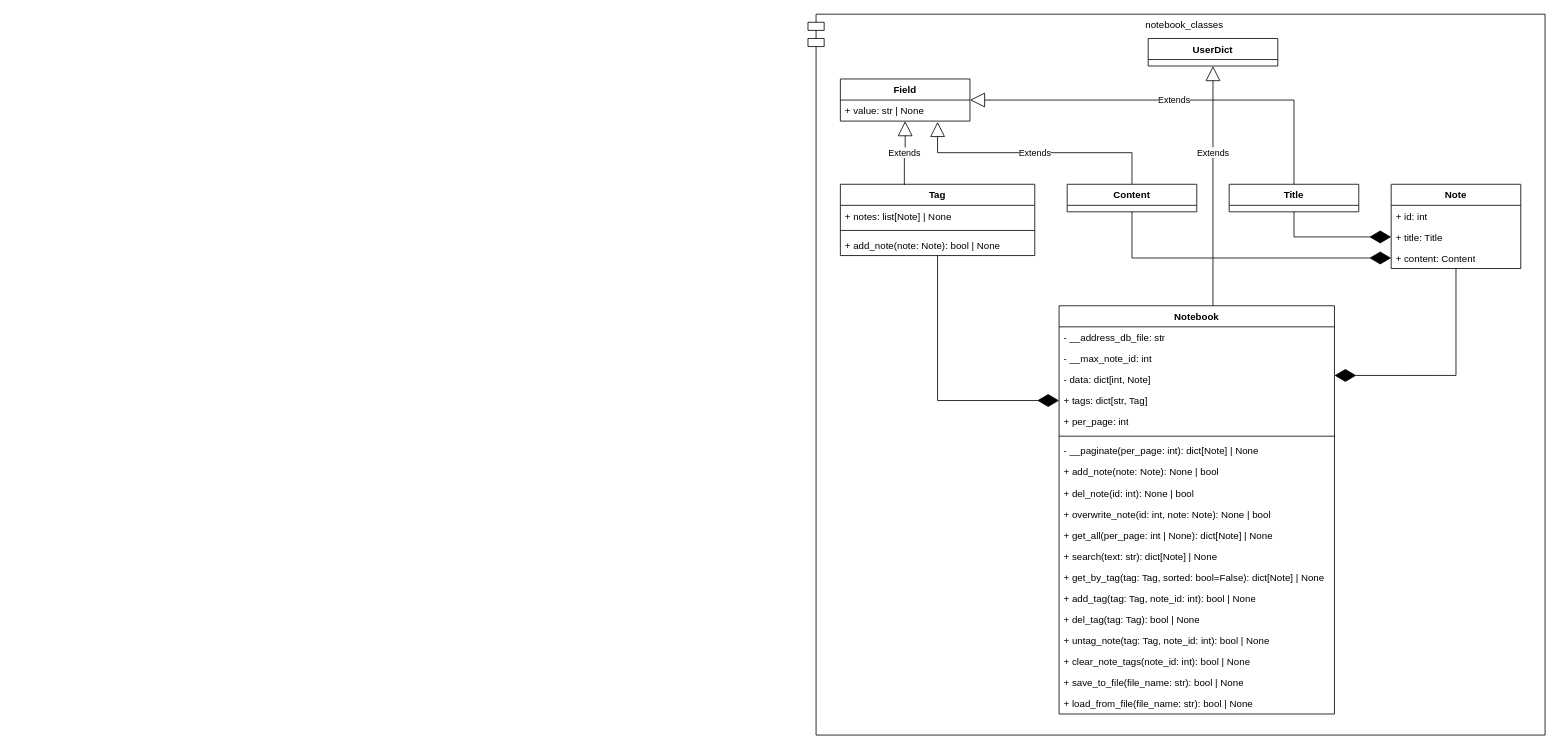
Before: The S.O.F.T.drawio in oleverse/uml, a draw.io diagram. Source tidied: cells renumbered, new cells numbered last; positions are measured from the earlier drawing's top-left corner, leaving out a move shared by most shapes. Both pictures are drawn from the tidied source at 81%, with x=0, y=0 at pixel (808, 14).
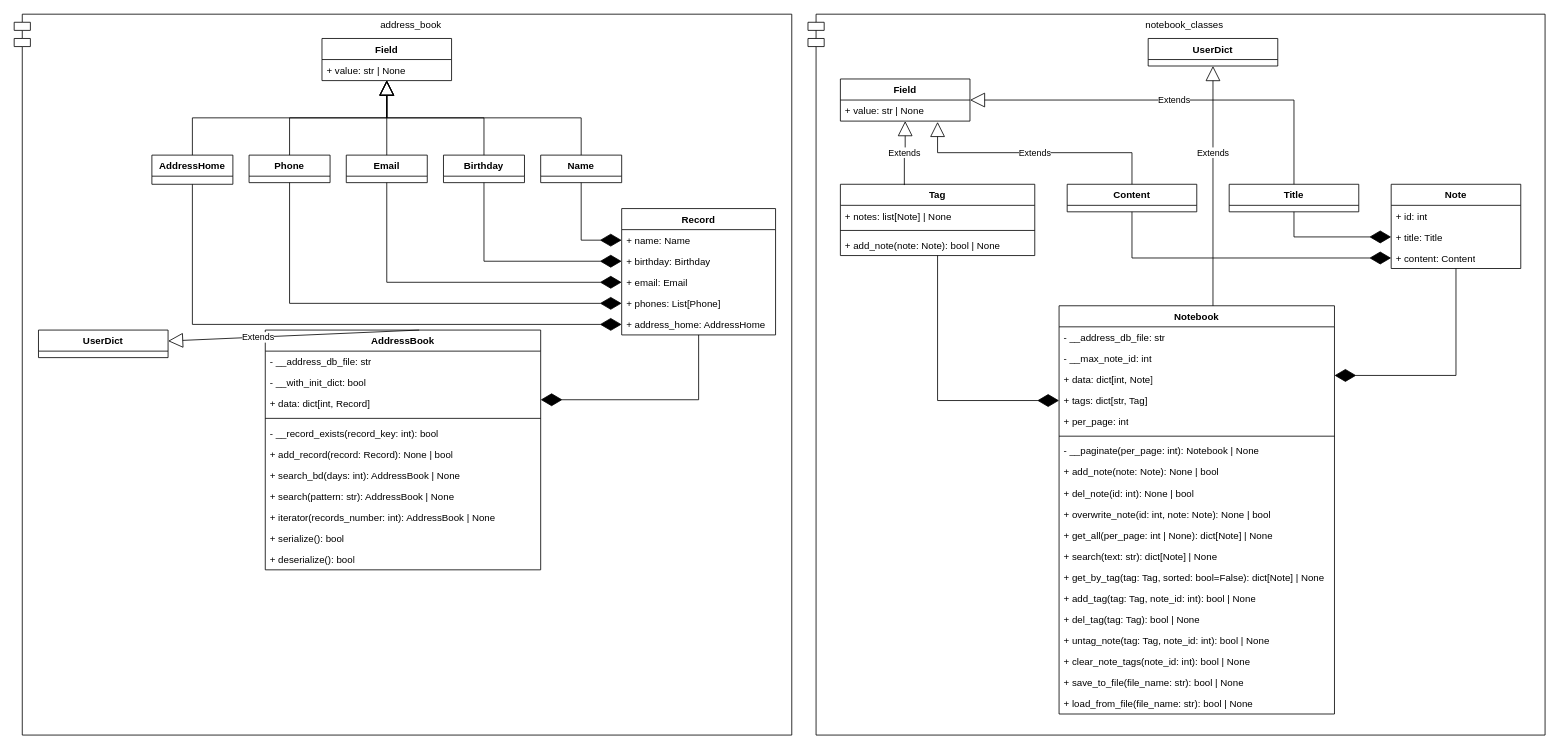
Above is the later version.

Commit message:
Додано address_book модуль

Unchanged cells that the change refers to:
```xml
<mxCell id="8" value="&lt;div&gt;Notebook&lt;/div&gt;" style="swimlane;fontStyle=1;align=center;verticalAlign=top;horizontal=1;startSize=26;whiteSpace=wrap;html=1;" parent="2" vertex="1">
  <mxGeometry x="310" y="360" width="340" height="504" as="geometry" />
</mxCell>
```

Change to the diagram source:
```diff
@@
-    <mxCell id="11" value="- data: dict[int, Note]" style="text;strokeColor=none;fillColor=none;align=left;verticalAlign=top;spacingLeft=4;spacingRight=4;overflow=hidden;points=[[0,0.5],[1,0.5]];portConstraint=eastwest;whiteSpace=wrap;html=1;" parent="8" vertex="1">
+    <mxCell id="11" value="+ data: dict[int, Note]" style="text;strokeColor=none;fillColor=none;align=left;verticalAlign=top;spacingLeft=4;spacingRight=4;overflow=hidden;points=[[0,0.5],[1,0.5]];portConstraint=eastwest;whiteSpace=wrap;html=1;" parent="8" vertex="1">
       <mxGeometry y="78" width="340" height="26" as="geometry" />
     </mxCell>
@@
-    <mxCell id="15" value="- __paginate(per_page: int): dict[Note] | None" style="text;strokeColor=none;fillColor=none;align=left;verticalAlign=top;spacingLeft=4;spacingRight=4;overflow=hidden;whiteSpace=wrap;html=1;" parent="8" vertex="1">
+    <mxCell id="15" value="- __paginate(per_page: int):  Notebook | None" style="text;strokeColor=none;fillColor=none;align=left;verticalAlign=top;spacingLeft=4;spacingRight=4;overflow=hidden;whiteSpace=wrap;html=1;" parent="8" vertex="1">
       <mxGeometry y="166" width="340" height="26" as="geometry" />
     </mxCell>
@@
+    <mxCell id="45" value="address_book" style="shape=module;align=left;spacingLeft=20;align=center;verticalAlign=top;whiteSpace=wrap;html=1;" parent="1" vertex="1">
+      <mxGeometry x="-980" width="960" height="890" as="geometry" />
+    </mxCell>
+    <mxCell id="46" value="Record" style="swimlane;fontStyle=1;align=center;verticalAlign=top;horizontal=1;startSize=26;whiteSpace=wrap;html=1;" parent="1" vertex="1">
+      <mxGeometry x="-230" y="240" width="190" height="156" as="geometry" />
+    </mxCell>
+    <mxCell id="47" value="&lt;div&gt;+ name: Name&lt;/div&gt;" style="text;strokeColor=none;fillColor=none;align=left;verticalAlign=top;spacingLeft=4;spacingRight=4;overflow=hidden;points=[[0,0.5],[1,0.5]];portConstraint=eastwest;whiteSpace=wrap;html=1;" parent="46" vertex="1">
+      <mxGeometry y="26" width="190" height="26" as="geometry" />
+    </mxCell>
+    <mxCell id="48" value="&lt;div&gt;+ birthday: Birthday&lt;br&gt;&lt;/div&gt;" style="text;strokeColor=none;fillColor=none;align=left;verticalAlign=top;spacingLeft=4;spacingRight=4;overflow=hidden;points=[[0,0.5],[1,0.5]];portConstraint=eastwest;whiteSpace=wrap;html=1;" parent="46" vertex="1">
+      <mxGeometry y="52" width="190" height="26" as="geometry" />
+    </mxCell>
+    <mxCell id="49" value="+ email: Email" style="text;strokeColor=none;fillColor=none;align=left;verticalAlign=top;spacingLeft=4;spacingRight=4;overflow=hidden;points=[[0,0.5],[1,0.5]];portConstraint=eastwest;whiteSpace=wrap;html=1;" parent="46" vertex="1">
+      <mxGeometry y="78" width="190" height="26" as="geometry" />
+    </mxCell>
+    <mxCell id="50" value="+ phones: List[Phone]" style="text;strokeColor=none;fillColor=none;align=left;verticalAlign=top;spacingLeft=4;spacingRight=4;overflow=hidden;points=[[0,0.5],[1,0.5]];portConstraint=eastwest;whiteSpace=wrap;html=1;" parent="46" vertex="1">
+      <mxGeometry y="104" width="190" height="26" as="geometry" />
+    </mxCell>
+    <mxCell id="51" value="+ address_home: AddressHome" style="text;strokeColor=none;fillColor=none;align=left;verticalAlign=top;spacingLeft=4;spacingRight=4;overflow=hidden;points=[[0,0.5],[1,0.5]];portConstraint=eastwest;whiteSpace=wrap;html=1;" parent="46" vertex="1">
+      <mxGeometry y="130" width="190" height="26" as="geometry" />
+    </mxCell>
+    <mxCell id="52" value="AddressBook" style="swimlane;fontStyle=1;align=center;verticalAlign=top;horizontal=1;startSize=26;whiteSpace=wrap;html=1;" parent="1" vertex="1">
+      <mxGeometry x="-670" y="390" width="340" height="296" as="geometry" />
+    </mxCell>
+    <mxCell id="53" value="- __address_db_file: str" style="text;strokeColor=none;fillColor=none;align=left;verticalAlign=top;spacingLeft=4;spacingRight=4;overflow=hidden;whiteSpace=wrap;html=1;" parent="52" vertex="1">
+      <mxGeometry y="26" width="340" height="26" as="geometry" />
+    </mxCell>
+    <mxCell id="54" value="- __with_init_dict: bool" style="text;strokeColor=none;fillColor=none;align=left;verticalAlign=top;spacingLeft=4;spacingRight=4;overflow=hidden;whiteSpace=wrap;html=1;" parent="52" vertex="1">
+      <mxGeometry y="52" width="340" height="26" as="geometry" />
+    </mxCell>
+    <mxCell id="55" value="+ data: dict[int, Record]" style="text;strokeColor=none;fillColor=none;align=left;verticalAlign=top;spacingLeft=4;spacingRight=4;overflow=hidden;points=[[0,0.5],[1,0.5]];portConstraint=eastwest;whiteSpace=wrap;html=1;" parent="52" vertex="1">
+      <mxGeometry y="78" width="340" height="26" as="geometry" />
+    </mxCell>
+    <mxCell id="56" style="line;strokeWidth=1;fillColor=none;align=left;verticalAlign=middle;spacingTop=-1;spacingLeft=3;spacingRight=3;labelPosition=right;strokeColor=inherit;" parent="52" vertex="1">
+      <mxGeometry y="104" width="340" height="10" as="geometry" />
+    </mxCell>
+    <mxCell id="57" value="- __record_exists(record_key: int): bool" style="text;strokeColor=none;fillColor=none;align=left;verticalAlign=top;spacingLeft=4;spacingRight=4;overflow=hidden;whiteSpace=wrap;html=1;" parent="52" vertex="1">
+      <mxGeometry y="114" width="340" height="26" as="geometry" />
+    </mxCell>
+    <mxCell id="58" value="+ add_record(record: Record): None | bool" style="text;strokeColor=none;fillColor=none;align=left;verticalAlign=top;spacingLeft=4;spacingRight=4;overflow=hidden;whiteSpace=wrap;html=1;" parent="52" vertex="1">
+      <mxGeometry y="140" width="340" height="26" as="geometry" />
+    </mxCell>
+    <mxCell id="59" value="+ search_bd(days: int): AddressBook | None" style="text;strokeColor=none;fillColor=none;align=left;verticalAlign=top;spacingLeft=4;spacingRight=4;overflow=hidden;whiteSpace=wrap;html=1;" parent="52" vertex="1">
+      <mxGeometry y="166" width="340" height="26" as="geometry" />
+    </mxCell>
+    <mxCell id="60" value="+ search(pattern: str): AddressBook | None" style="text;strokeColor=none;fillColor=none;align=left;verticalAlign=top;spacingLeft=4;spacingRight=4;overflow=hidden;whiteSpace=wrap;html=1;" parent="52" vertex="1">
+      <mxGeometry y="192" width="340" height="26" as="geometry" />
+    </mxCell>
+    <mxCell id="61" value="+ iterator(records_number: int): AddressBook | None" style="text;strokeColor=none;fillColor=none;align=left;verticalAlign=top;spacingLeft=4;spacingRight=4;overflow=hidden;whiteSpace=wrap;html=1;" parent="52" vertex="1">
+      <mxGeometry y="218" width="340" height="26" as="geometry" />
+    </mxCell>
+    <mxCell id="62" value="+ serialize(): bool" style="text;strokeColor=none;fillColor=none;align=left;verticalAlign=top;spacingLeft=4;spacingRight=4;overflow=hidden;whiteSpace=wrap;html=1;" parent="52" vertex="1">
+      <mxGeometry y="244" width="340" height="26" as="geometry" />
+    </mxCell>
+    <mxCell id="63" value="+ deserialize(): bool" style="text;strokeColor=none;fillColor=none;align=left;verticalAlign=top;spacingLeft=4;spacingRight=4;overflow=hidden;whiteSpace=wrap;html=1;" parent="52" vertex="1">
+      <mxGeometry y="270" width="340" height="26" as="geometry" />
+    </mxCell>
+    <mxCell id="64" value="AddressHome" style="swimlane;fontStyle=1;align=center;verticalAlign=top;horizontal=1;startSize=26;whiteSpace=wrap;html=1;" parent="1" vertex="1">
+      <mxGeometry x="-810" y="174" width="100" height="36" as="geometry" />
+    </mxCell>
+    <mxCell id="65" value="Field" style="swimlane;fontStyle=1;align=center;verticalAlign=top;horizontal=1;startSize=26;whiteSpace=wrap;html=1;" parent="1" vertex="1">
+      <mxGeometry x="-600" y="30" width="160" height="52" as="geometry" />
+    </mxCell>
+    <mxCell id="66" value="+ value: str | None" style="text;strokeColor=none;fillColor=none;align=left;verticalAlign=top;spacingLeft=4;spacingRight=4;overflow=hidden;whiteSpace=wrap;html=1;" parent="65" vertex="1">
+      <mxGeometry y="26" width="160" height="26" as="geometry" />
+    </mxCell>
+    <mxCell id="67" value="Name" style="swimlane;fontStyle=1;align=center;verticalAlign=top;horizontal=1;startSize=26;whiteSpace=wrap;html=1;" parent="1" vertex="1">
+      <mxGeometry x="-330" y="174" width="100" height="34" as="geometry" />
+    </mxCell>
+    <mxCell id="68" style="endArrow=block;endSize=16;endFill=0;html=1;rounded=0;exitX=0.5;exitY=0;exitDx=0;exitDy=0;edgeStyle=orthogonalEdgeStyle;" parent="1" edge="1" source="64" target="65">
+      <mxGeometry relative="1" as="geometry" />
+    </mxCell>
+    <mxCell id="69" style="endArrow=block;endSize=16;endFill=0;html=1;rounded=0;orthogonal=0;noJump=0;edgeStyle=orthogonalEdgeStyle;" parent="1" edge="1" source="67" target="65">
+      <mxGeometry relative="1" as="geometry">
+        <Array as="points">
+          <mxPoint x="-280" y="128" />
+          <mxPoint x="-520" y="128" />
+        </Array>
+      </mxGeometry>
+    </mxCell>
+    <mxCell id="70" value="Phone" style="swimlane;fontStyle=1;align=center;verticalAlign=top;horizontal=1;startSize=26;whiteSpace=wrap;html=1;" parent="1" vertex="1">
+      <mxGeometry x="-690" y="174" width="100" height="34" as="geometry" />
+    </mxCell>
+    <mxCell id="71" style="endArrow=block;endSize=16;endFill=0;html=1;rounded=0;exitX=0.5;exitY=0;exitDx=0;exitDy=0;edgeStyle=orthogonalEdgeStyle;" parent="1" edge="1" source="70" target="65">
+      <mxGeometry relative="1" as="geometry" />
+    </mxCell>
+    <mxCell id="72" style="endArrow=diamondThin;endFill=1;endSize=24;html=1;rounded=0;entryX=0;entryY=0.5;entryDx=0;entryDy=0;exitX=0.5;exitY=1;exitDx=0;exitDy=0;edgeStyle=orthogonalEdgeStyle;" parent="1" edge="1" source="67" target="47">
+      <mxGeometry relative="1" as="geometry" />
+    </mxCell>
+    <mxCell id="73" style="endArrow=diamondThin;endFill=1;endSize=24;html=1;rounded=0;entryX=0;entryY=0.5;entryDx=0;entryDy=0;exitX=0.5;exitY=1;exitDx=0;exitDy=0;edgeStyle=orthogonalEdgeStyle;" parent="1" edge="1" source="70" target="50">
+      <mxGeometry relative="1" as="geometry" />
+    </mxCell>
+    <mxCell id="74" style="endArrow=diamondThin;endFill=1;endSize=24;html=1;rounded=0;edgeStyle=orthogonalEdgeStyle;entryX=1;entryY=0.308;entryDx=0;entryDy=0;entryPerimeter=0;" parent="1" edge="1" source="46" target="55">
+      <mxGeometry relative="1" as="geometry" />
+    </mxCell>
+    <mxCell id="75" value="&lt;div&gt;UserDict&lt;/div&gt;" style="swimlane;fontStyle=1;align=center;verticalAlign=top;horizontal=1;startSize=26;whiteSpace=wrap;html=1;" parent="1" vertex="1">
+      <mxGeometry x="-950" y="390" width="160" height="34" as="geometry" />
+    </mxCell>
+    <mxCell id="76" value="Extends" style="endArrow=block;endSize=16;endFill=0;html=1;rounded=0;orthogonal=0;noJump=0;" parent="1" edge="1" target="75">
+      <mxGeometry x="0.28" relative="1" as="geometry">
+        <mxPoint x="-480" y="390" as="sourcePoint" />
+      </mxGeometry>
+    </mxCell>
+    <mxCell id="77" value="Birthday" style="swimlane;fontStyle=1;align=center;verticalAlign=top;horizontal=1;startSize=26;whiteSpace=wrap;html=1;" parent="1" vertex="1">
+      <mxGeometry x="-450" y="174" width="100" height="34" as="geometry" />
+    </mxCell>
+    <mxCell id="78" style="endArrow=block;endSize=16;endFill=0;rounded=0;exitX=0.5;exitY=0;exitDx=0;exitDy=0;edgeStyle=orthogonalEdgeStyle;html=1;" parent="1" edge="1" source="77" target="65">
+      <mxGeometry relative="1" as="geometry" />
+    </mxCell>
+    <mxCell id="79" style="endArrow=diamondThin;endFill=1;endSize=24;html=1;rounded=0;exitX=0.5;exitY=1;exitDx=0;exitDy=0;edgeStyle=orthogonalEdgeStyle;" parent="1" edge="1" source="77" target="48">
+      <mxGeometry relative="1" as="geometry" />
+    </mxCell>
+    <mxCell id="80" value="Email" style="swimlane;fontStyle=1;align=center;verticalAlign=top;horizontal=1;startSize=26;whiteSpace=wrap;html=1;" parent="1" vertex="1">
+      <mxGeometry x="-570" y="174" width="100" height="34" as="geometry" />
+    </mxCell>
+    <mxCell id="81" style="endArrow=block;endSize=16;endFill=0;html=1;rounded=0;exitX=0.5;exitY=0;exitDx=0;exitDy=0;edgeStyle=orthogonalEdgeStyle;" parent="1" edge="1" source="80" target="65">
+      <mxGeometry relative="1" as="geometry" />
+    </mxCell>
+    <mxCell id="82" style="endArrow=diamondThin;endFill=1;endSize=24;html=1;rounded=0;exitX=0.5;exitY=1;exitDx=0;exitDy=0;edgeStyle=orthogonalEdgeStyle;" parent="1" edge="1" source="80" target="49">
+      <mxGeometry relative="1" as="geometry" />
+    </mxCell>
+    <mxCell id="83" style="endArrow=diamondThin;endFill=1;endSize=24;html=1;rounded=0;edgeStyle=orthogonalEdgeStyle;" parent="1" edge="1" source="64" target="51">
+      <mxGeometry relative="1" as="geometry" />
+    </mxCell>
```
